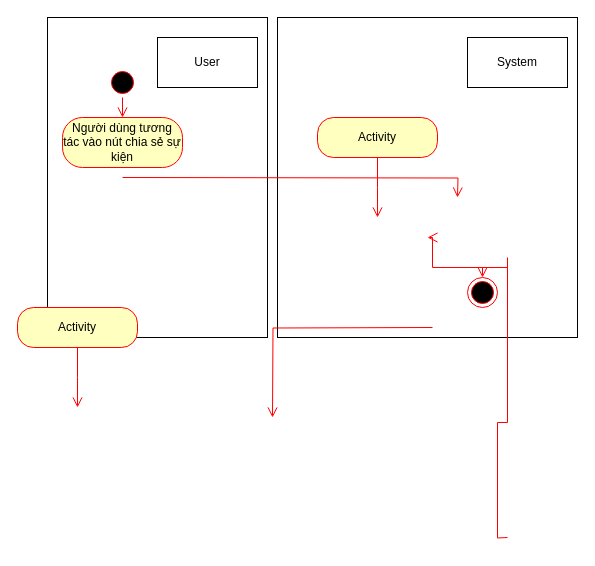
Before: page "Page-5" (5 of 6) of Untitled Diagram.drawio in Donace-Project/.github, a draw.io diagram. Source tidied: cells renumbered, new cells numbered last; positions are measured from the earlier drawing's top-left corner, leaving out a move shared by most shapes. Both pictures are drawn from the tidied source at 100%, with x=0, y=0 at pixel (17, 17).
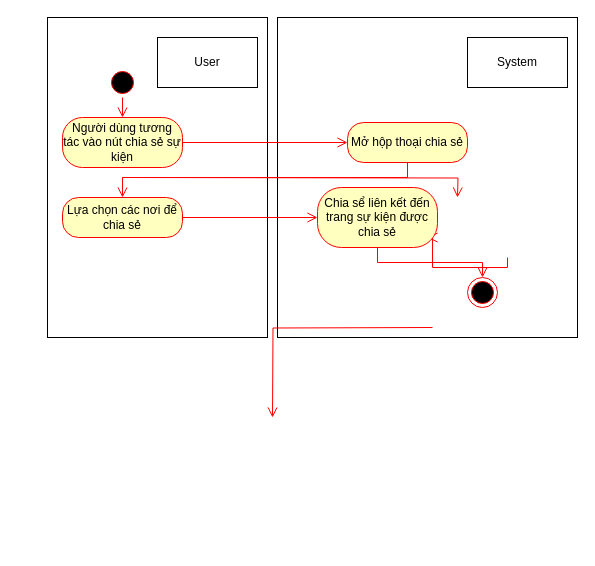
The same page after the edit.

The change refers to these unchanged cells:
```xml
<mxCell id="6" style="ellipse;html=1;shape=endState;fillColor=#000000;strokeColor=#ff0000;" parent="1" vertex="1">
  <mxGeometry x="450" y="260" width="30" height="30" as="geometry" />
</mxCell>
<mxCell id="14" value="Người dùng tương tác vào nút chia sẻ sự kiện" style="rounded=1;whiteSpace=wrap;html=1;arcSize=40;fontColor=#000000;fillColor=#ffffc0;strokeColor=#ff0000;" parent="1" vertex="1">
  <mxGeometry x="45" y="100" width="120" height="50" as="geometry" />
</mxCell>
```

What changed in the source:
```diff
@@
-    <mxCell id="10" style="edgeStyle=orthogonalEdgeStyle;html=1;verticalAlign=bottom;endArrow=open;endSize=8;strokeColor=#ff0000;rounded=0;entryX=0.5;entryY=0;entryDx=0;entryDy=0;" parent="1" edge="1" target="6">
-      <mxGeometry relative="1" as="geometry">
-        <mxPoint x="490" y="520" as="sourcePoint" />
-      </mxGeometry>
+    <mxCell id="10" style="edgeStyle=orthogonalEdgeStyle;html=1;verticalAlign=bottom;endArrow=open;endSize=8;strokeColor=#ff0000;rounded=0;entryX=0.5;entryY=0;entryDx=0;entryDy=0;exitX=0.5;exitY=1;exitDx=0;exitDy=0;" parent="1" edge="1" source="20" target="6">
+      <mxGeometry relative="1" as="geometry" />
     </mxCell>
@@
-    <mxCell id="15" value="Activity" style="rounded=1;whiteSpace=wrap;html=1;arcSize=40;fontColor=#000000;fillColor=#ffffc0;strokeColor=#ff0000;" parent="1" vertex="1">
-      <mxGeometry x="300" y="100" width="120" height="40" as="geometry" />
+    <mxCell id="15" value="Mở hộp thoại chia sẻ" style="rounded=1;whiteSpace=wrap;html=1;arcSize=40;fontColor=#000000;fillColor=#ffffc0;strokeColor=#ff0000;" parent="1" vertex="1">
+      <mxGeometry x="330" y="105" width="120" height="40" as="geometry" />
     </mxCell>
-    <mxCell id="16" style="edgeStyle=orthogonalEdgeStyle;html=1;verticalAlign=bottom;endArrow=open;endSize=8;strokeColor=#ff0000;rounded=0;" parent="1" edge="1" source="15">
+    <mxCell id="16" style="edgeStyle=orthogonalEdgeStyle;html=1;verticalAlign=bottom;endArrow=open;endSize=8;strokeColor=#ff0000;rounded=0;entryX=0.5;entryY=0;entryDx=0;entryDy=0;" parent="1" edge="1" source="15" target="17">
       <mxGeometry relative="1" as="geometry">
-        <mxPoint x="360" y="200" as="targetPoint" />
+        <Array as="points">
+          <mxPoint x="390" y="160" />
+          <mxPoint x="105" y="160" />
+        </Array>
       </mxGeometry>
     </mxCell>
-    <mxCell id="17" value="Activity" style="rounded=1;whiteSpace=wrap;html=1;arcSize=40;fontColor=#000000;fillColor=#ffffc0;strokeColor=#ff0000;" parent="1" vertex="1">
-      <mxGeometry y="290" width="120" height="40" as="geometry" />
+    <mxCell id="17" value="Lựa chọn các nơi để chia sẻ" style="rounded=1;whiteSpace=wrap;html=1;arcSize=40;fontColor=#000000;fillColor=#ffffc0;strokeColor=#ff0000;" parent="1" vertex="1">
+      <mxGeometry x="45" y="180" width="120" height="40" as="geometry" />
     </mxCell>
-    <mxCell id="18" style="edgeStyle=orthogonalEdgeStyle;html=1;verticalAlign=bottom;endArrow=open;endSize=8;strokeColor=#ff0000;rounded=0;" parent="1" edge="1" source="17">
+    <mxCell id="18" style="edgeStyle=orthogonalEdgeStyle;html=1;verticalAlign=bottom;endArrow=open;endSize=8;strokeColor=#ff0000;rounded=0;entryX=0;entryY=0.5;entryDx=0;entryDy=0;exitX=1;exitY=0.5;exitDx=0;exitDy=0;" parent="1" edge="1" source="17" target="20">
       <mxGeometry relative="1" as="geometry">
-        <mxPoint x="60" y="390" as="targetPoint" />
+        <Array as="points">
+          <mxPoint x="250" y="200" />
+          <mxPoint x="250" y="200" />
+        </Array>
       </mxGeometry>
     </mxCell>
+    <mxCell id="19" style="edgeStyle=orthogonalEdgeStyle;html=1;verticalAlign=bottom;endArrow=open;endSize=8;strokeColor=#ff0000;rounded=0;entryX=0;entryY=0.5;entryDx=0;entryDy=0;exitX=1;exitY=0.5;exitDx=0;exitDy=0;" parent="1" edge="1" source="14" target="15">
+      <mxGeometry relative="1" as="geometry" />
+    </mxCell>
+    <mxCell id="20" value="Chia sể liên kết đến trang sự kiện được chia sẻ" style="rounded=1;whiteSpace=wrap;html=1;arcSize=40;fontColor=#000000;fillColor=#ffffc0;strokeColor=#ff0000;" parent="1" vertex="1">
+      <mxGeometry x="300" y="170" width="120" height="60" as="geometry" />
+    </mxCell>
```
